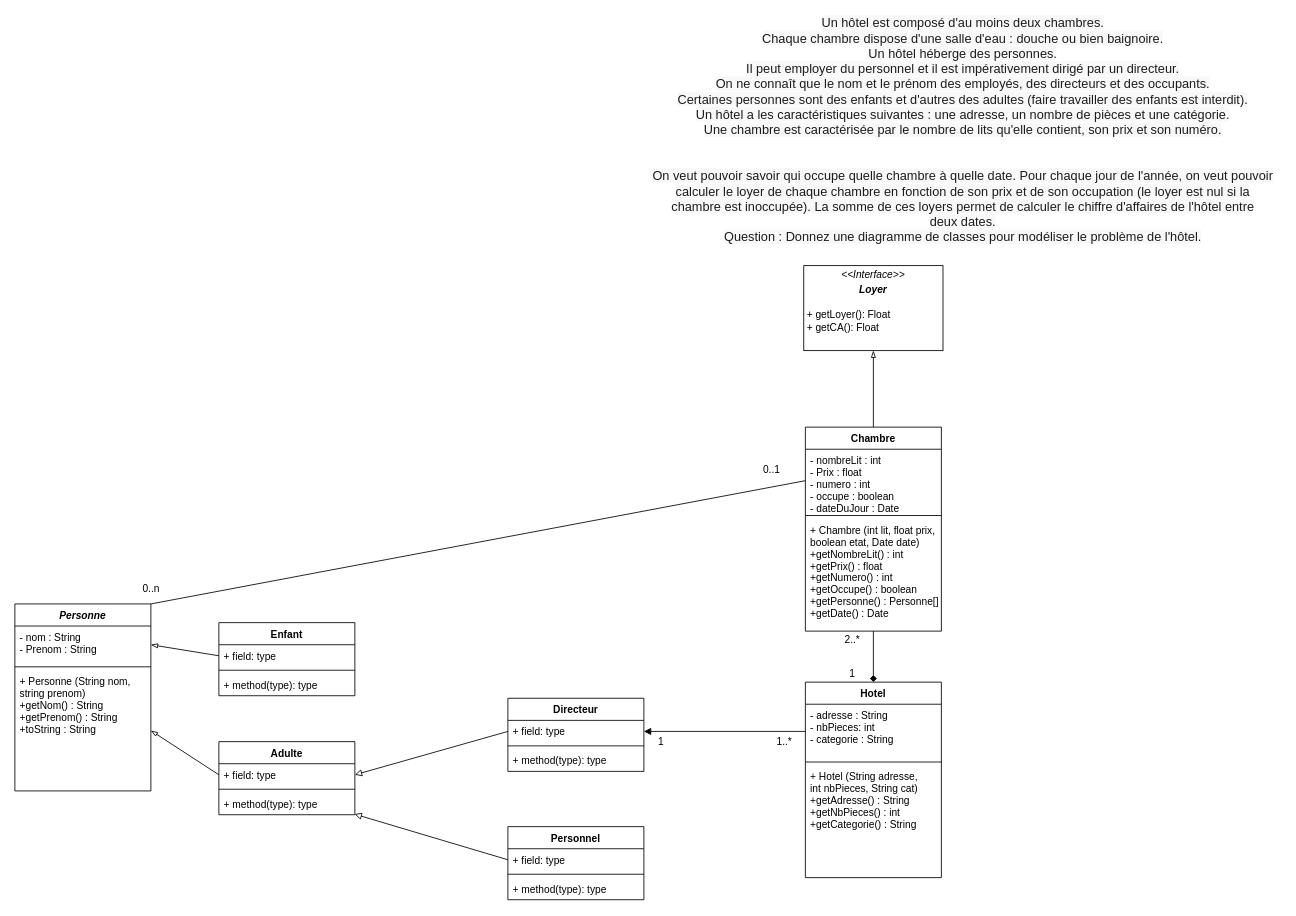
The draw.io diagram exo10-ilot4.drawio in valentin-cochin/cda-uml-exos, before the edit. Source tidied: cells renumbered, new cells numbered last; positions are measured from the earlier drawing's top-left corner, leaving out a move shared by most shapes. Both pictures are drawn from the tidied source at 85%, with x=0, y=0 at pixel (14, 31).
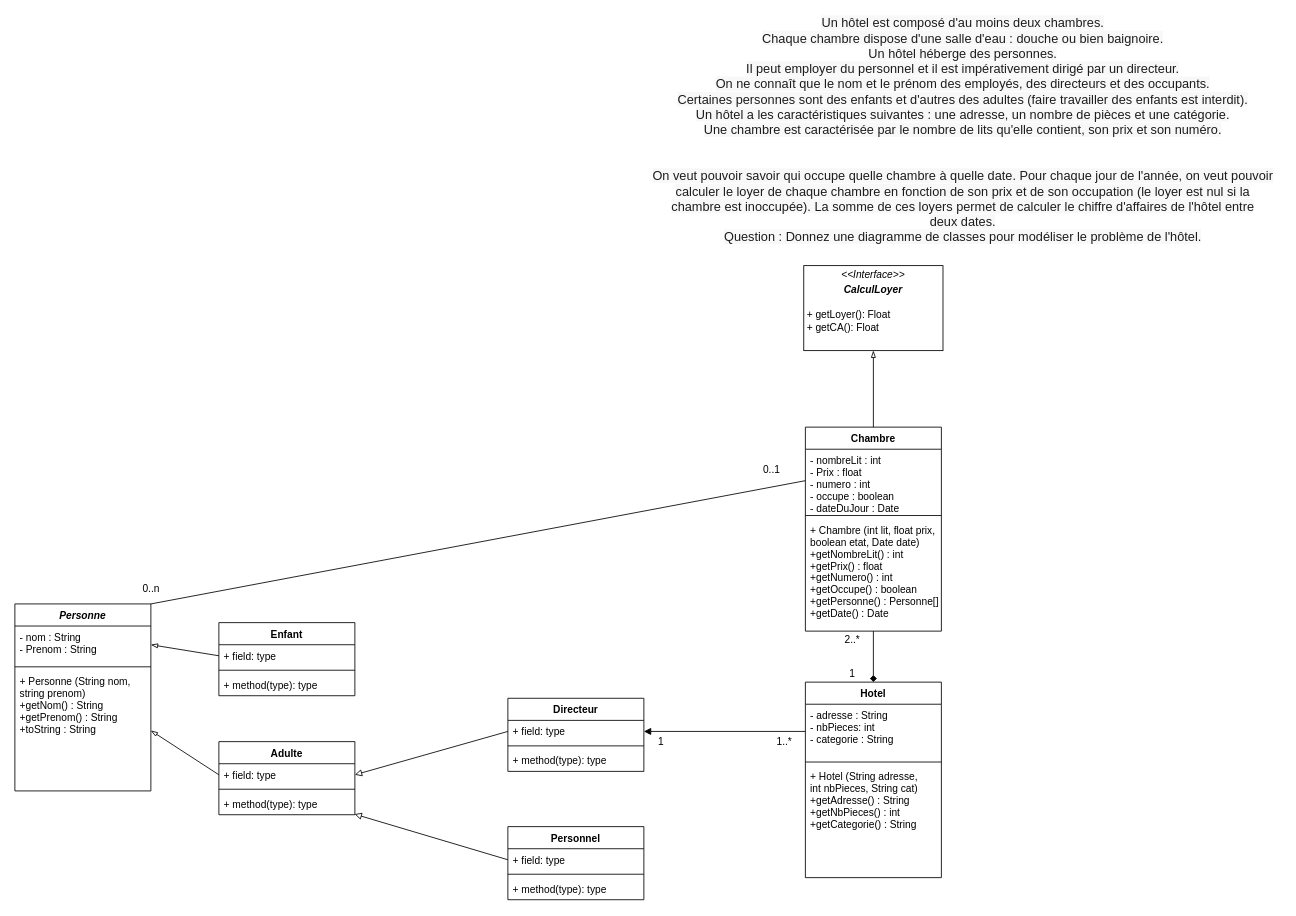
After the change.

Change to the diagram source:
```diff
@@
-    <mxCell id="44" value="&lt;p style=&quot;margin: 0px ; margin-top: 4px ; text-align: center&quot;&gt;&lt;i&gt;&amp;lt;&amp;lt;Interface&amp;gt;&amp;gt;&lt;/i&gt;&lt;/p&gt;&lt;p style=&quot;margin: 0px ; margin-top: 4px ; text-align: center&quot;&gt;&lt;i&gt;&lt;b&gt;Loyer&lt;/b&gt;&lt;/i&gt;&lt;br&gt;&lt;/p&gt;&lt;p style=&quot;margin: 0px ; margin-left: 4px&quot;&gt;&lt;/p&gt;&lt;p style=&quot;margin: 0px ; margin-left: 4px&quot;&gt;&lt;br&gt;&lt;/p&gt;&lt;p style=&quot;margin: 0px ; margin-left: 4px&quot;&gt;+ getLoyer(): Float&lt;br&gt;+ getCA(): Float&lt;br&gt;&lt;/p&gt;" style="verticalAlign=top;align=left;overflow=fill;fontSize=12;fontFamily=Helvetica;html=1;" parent="1" vertex="1">
+    <mxCell id="44" value="&lt;p style=&quot;margin: 0px ; margin-top: 4px ; text-align: center&quot;&gt;&lt;i&gt;&amp;lt;&amp;lt;Interface&amp;gt;&amp;gt;&lt;/i&gt;&lt;/p&gt;&lt;p style=&quot;margin: 0px ; margin-top: 4px ; text-align: center&quot;&gt;&lt;i&gt;&lt;b&gt;CalculLoyer&lt;/b&gt;&lt;/i&gt;&lt;br&gt;&lt;/p&gt;&lt;p style=&quot;margin: 0px ; margin-left: 4px&quot;&gt;&lt;/p&gt;&lt;p style=&quot;margin: 0px ; margin-left: 4px&quot;&gt;&lt;br&gt;&lt;/p&gt;&lt;p style=&quot;margin: 0px ; margin-left: 4px&quot;&gt;+ getLoyer(): Float&lt;br&gt;+ getCA(): Float&lt;br&gt;&lt;/p&gt;" style="verticalAlign=top;align=left;overflow=fill;fontSize=12;fontFamily=Helvetica;html=1;" parent="1" vertex="1">
       <mxGeometry x="928.1" y="275" width="163.8" height="100" as="geometry" />
     </mxCell>
```
